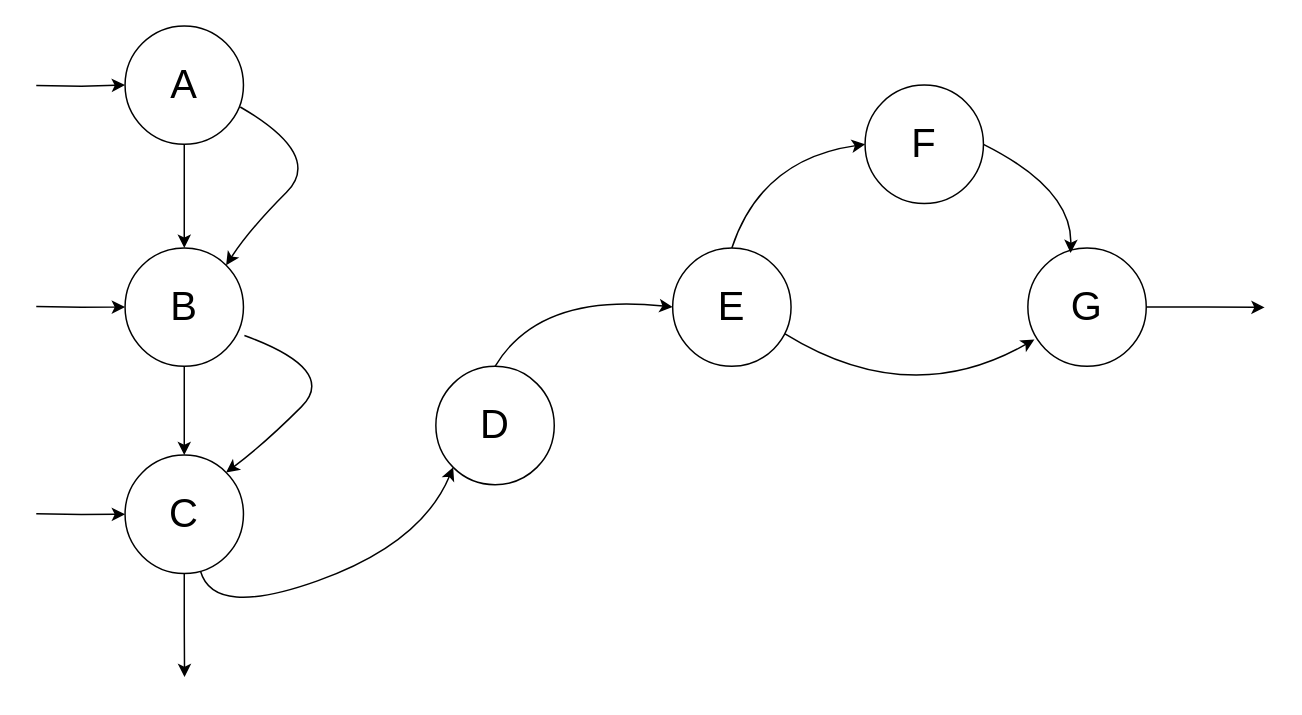
Above: 未命名绘图.drawio in FunkLiu/A-mini-porgram-about-Gaokao (draw.io), before the change. Source tidied: cells renumbered, new cells numbered last; positions are measured from the earlier drawing's top-left corner, leaving out a move shared by most shapes. Both pictures are drawn from the tidied source at 148%, with x=0, y=0 at pixel (36, 25).
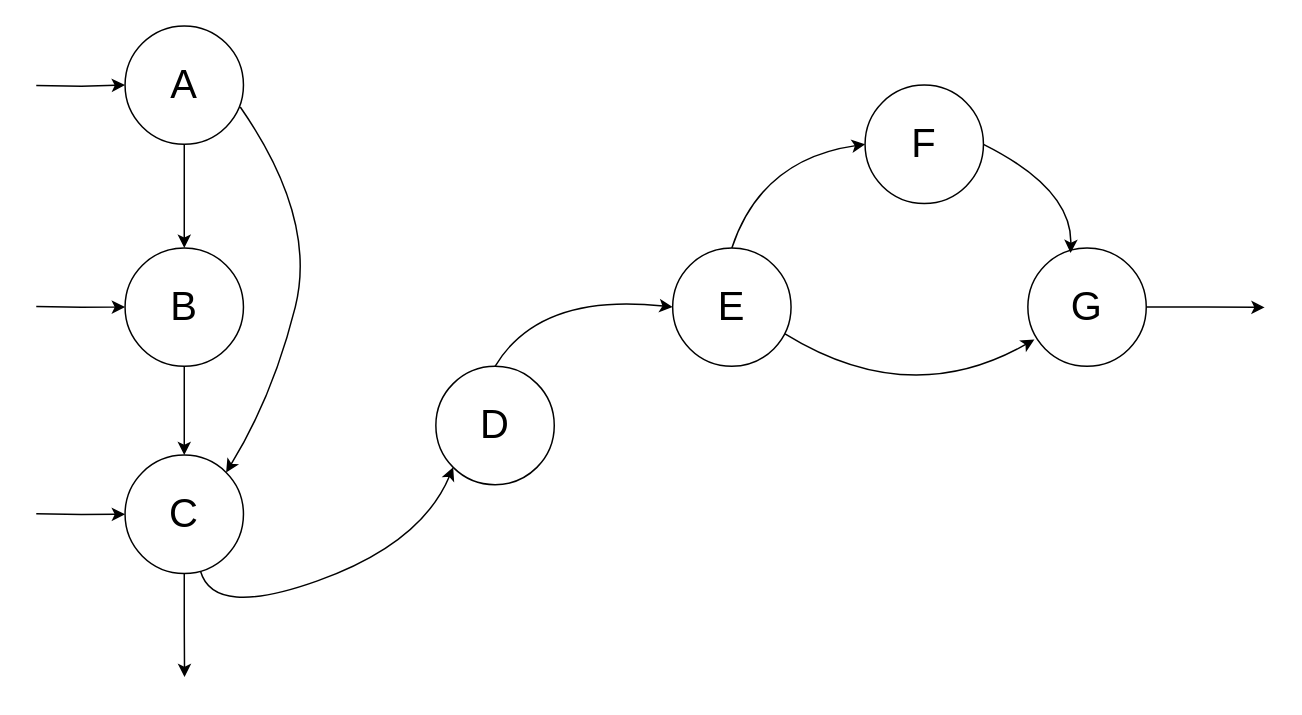
Above is the later version.

Commit message:
更新未命名绘图.drawio

Unchanged cells that the change refers to:
```xml
<mxCell id="8" value="&lt;font style=&quot;font-size: 27px;&quot;&gt;C&lt;/font&gt;" style="ellipse;whiteSpace=wrap;html=1;" parent="1" vertex="1">
  <mxGeometry x="60" y="290" width="80" height="80" as="geometry" />
</mxCell>
<mxCell id="12" value="&lt;font style=&quot;font-size: 27px;&quot;&gt;B&lt;/font&gt;" style="ellipse;whiteSpace=wrap;html=1;" parent="1" vertex="1">
  <mxGeometry x="60" y="150" width="80" height="80" as="geometry" />
</mxCell>
<mxCell id="15" value="&lt;font style=&quot;font-size: 27px;&quot;&gt;A&lt;/font&gt;" style="ellipse;whiteSpace=wrap;html=1;" parent="1" vertex="1">
  <mxGeometry x="60" width="80" height="80" as="geometry" />
</mxCell>
```

Change to the diagram source:
```diff
@@
-    <mxCell id="16" style="curved=1;endArrow=classic;html=1;rounded=0;entryX=1;entryY=0;entryDx=0;entryDy=0;exitX=0.973;exitY=0.685;exitDx=0;exitDy=0;exitPerimeter=0;" parent="1" edge="1" source="15" target="12">
+    <mxCell id="16" style="curved=1;endArrow=classic;html=1;rounded=0;entryX=1;entryY=0;entryDx=0;entryDy=0;exitX=0.973;exitY=0.685;exitDx=0;exitDy=0;exitPerimeter=0;" parent="1" edge="1" source="15" target="8">
       <mxGeometry relative="1" as="geometry">
         <Array as="points">
-          <mxPoint x="194.1" y="87.4" />
-          <mxPoint x="144.1" y="137.4" />
+          <mxPoint x="190" y="130" />
+          <mxPoint x="160" y="250" />
         </Array>
       </mxGeometry>
     </mxCell>
-    <mxCell id="17" style="curved=1;endArrow=classic;html=1;rounded=0;entryX=1;entryY=0;entryDx=0;entryDy=0;exitX=1.008;exitY=0.74;exitDx=0;exitDy=0;exitPerimeter=0;" parent="1" edge="1" source="12" target="8">
-      <mxGeometry relative="1" as="geometry">
-        <Array as="points">
-          <mxPoint x="204.1" y="232.4" />
-          <mxPoint x="154.1" y="282.4" />
-        </Array>
-      </mxGeometry>
-    </mxCell>
```
